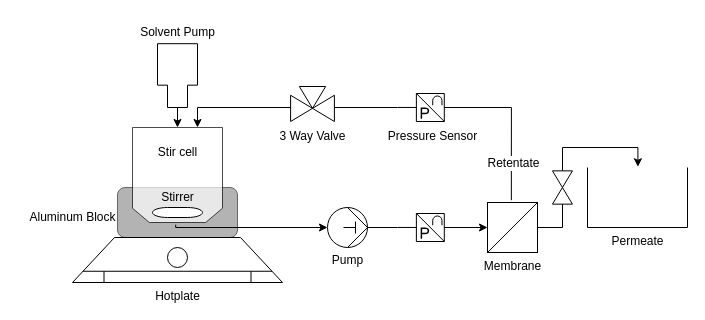
Above: AC - DF flowchart.drawio in Toniaac/hte-data-processing (draw.io), before the change. Source tidied: cells renumbered, new cells numbered last; positions are measured from the earlier drawing's top-left corner, leaving out a move shared by most shapes. Both pictures are drawn from the tidied source at 100%, with x=0, y=0 at pixel (17, 17).
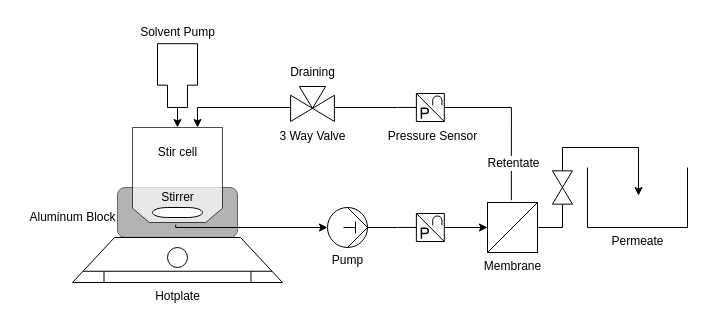
After the change.

The change refers to these unchanged cells:
```xml
<mxCell id="6" value="Membrane" style="verticalLabelPosition=bottom;align=center;dashed=0;html=1;verticalAlign=top;shape=mxgraph.pid.filters.filter;" parent="1" vertex="1">
  <mxGeometry x="470" y="185" width="50" height="50" as="geometry" />
</mxCell>
<mxCell id="7" value="Permeate" style="shape=mxgraph.pid.vessels.container,_tank,_cistern;html=1;align=center;verticalLabelPosition=bottom;verticalAlign=top;dashed=0;" parent="1" vertex="1">
  <mxGeometry x="570" y="150" width="100" height="60" as="geometry" />
</mxCell>
```

Diff of the diagram source:
```diff
@@
-    <mxCell id="12" style="rounded=0;jettySize=auto;html=1;entryX=0.504;entryY=-0.012;entryDx=0;entryDy=0;entryPerimeter=0;exitX=1;exitY=0.5;exitDx=0;exitDy=0;exitPerimeter=0;edgeStyle=orthogonalEdgeStyle;" parent="1" edge="1" source="6" target="7">
-      <mxGeometry relative="1" as="geometry" />
+    <mxCell id="12" style="rounded=0;jettySize=auto;html=1;exitX=1;exitY=0.5;exitDx=0;exitDy=0;exitPerimeter=0;edgeStyle=orthogonalEdgeStyle;" parent="1" edge="1" source="6">
+      <mxGeometry relative="1" as="geometry">
+        <mxPoint x="621" y="178" as="targetPoint" />
+        <Array as="points">
+          <mxPoint x="545" y="210" />
+          <mxPoint x="545" y="130" />
+          <mxPoint x="621" y="130" />
+        </Array>
+      </mxGeometry>
     </mxCell>
@@
+    <mxCell id="31" value="Draining" style="text;html=1;align=center;verticalAlign=middle;strokeColor=none;fillColor=none;" parent="1" vertex="1">
+      <mxGeometry x="260" y="40" width="70" height="30" as="geometry" />
+    </mxCell>
```
